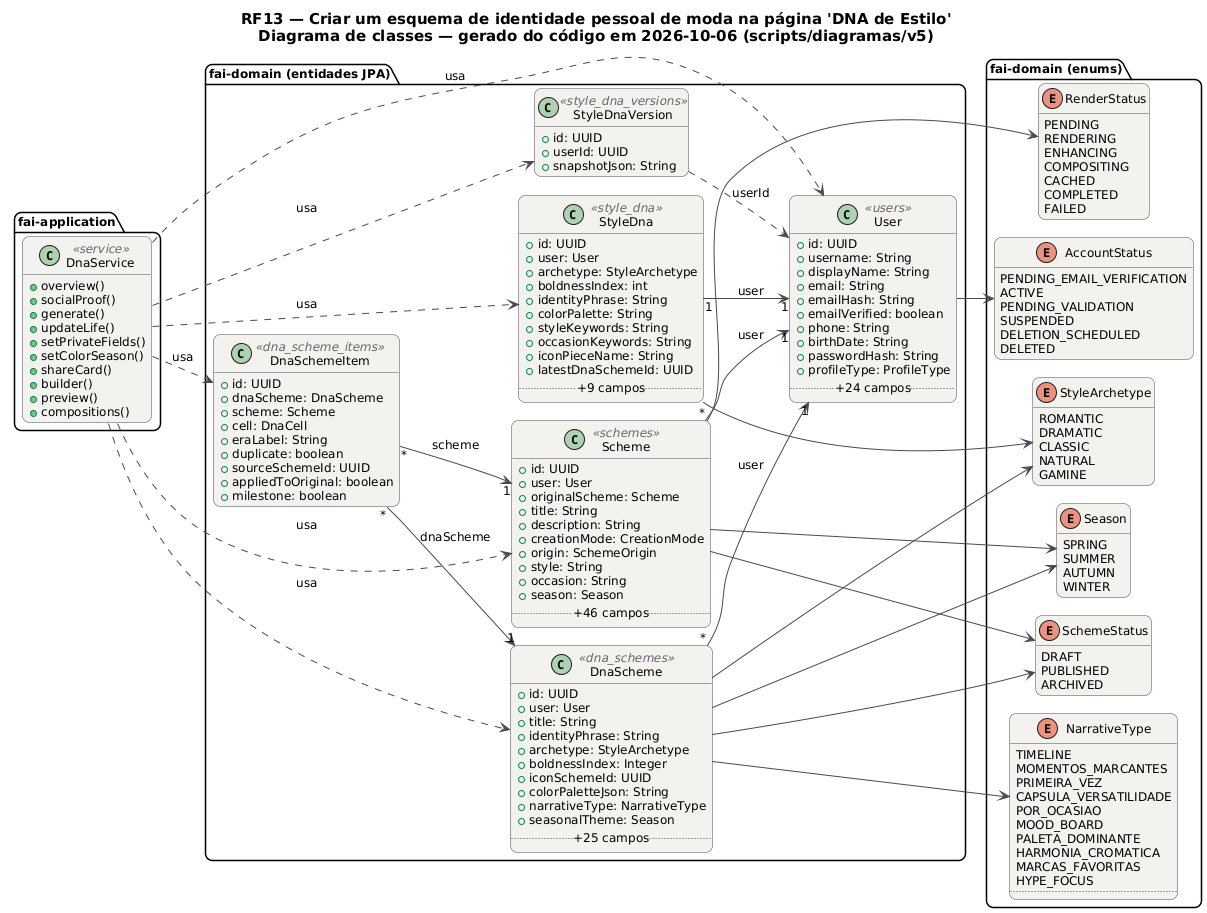
This is docs/diagramas/RF13/RF13_Classes.png from MatheusHaliski/tcc-2026-fashion-ai-backend, a PlantUML export, as it was before one commit.
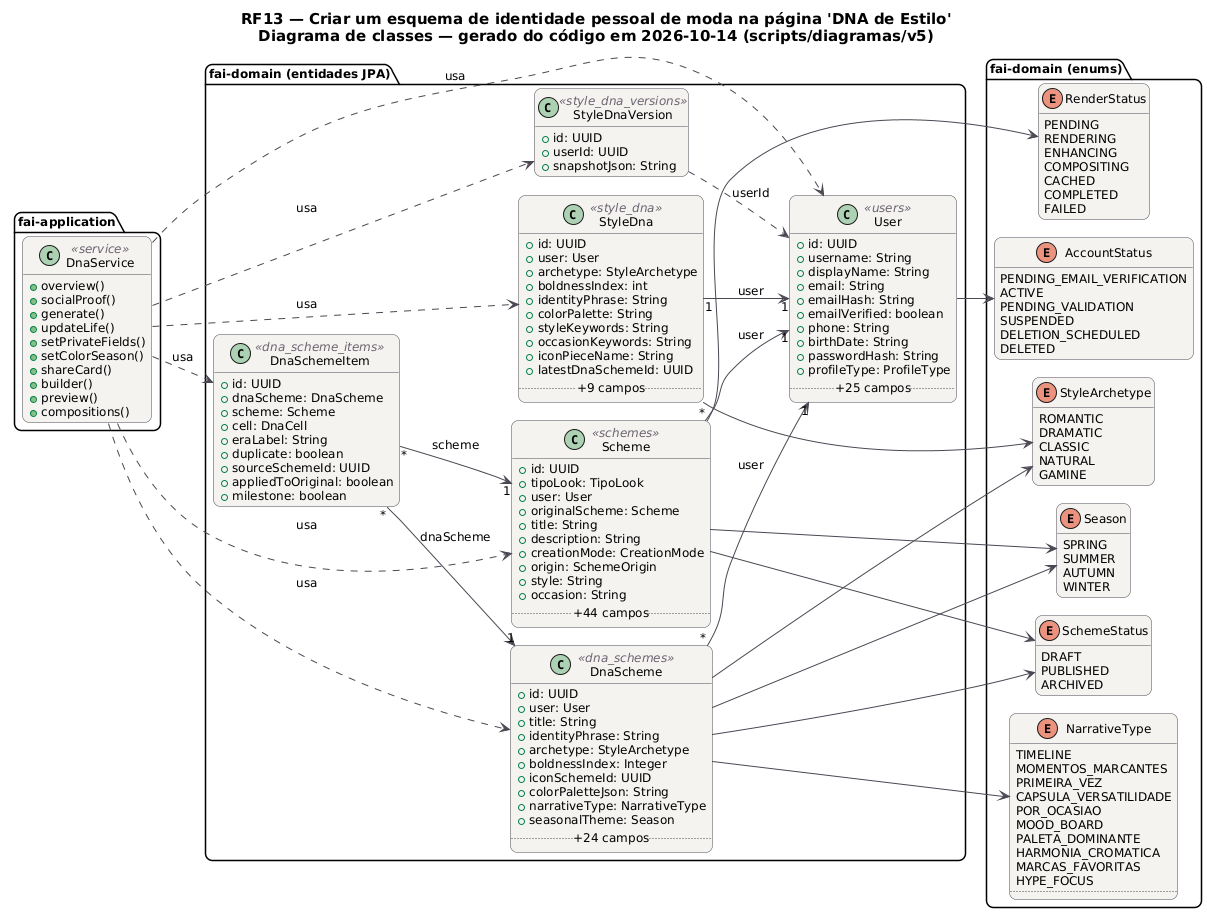
After the change.

Change to the diagram source:
```diff
@@ -20,7 +20,7 @@
 }
 hide empty members
 left to right direction
-title RF13 — Criar um esquema de identidade pessoal de moda na página 'DNA de Estilo'\nDiagrama de classes — gerado do código em 2026-10-06 (scripts/diagramas/v5)
+title RF13 — Criar um esquema de identidade pessoal de moda na página 'DNA de Estilo'\nDiagrama de classes — gerado do código em 2026-10-14 (scripts/diagramas/v5)
 
 package "fai-domain (entidades JPA)" {
   class DnaScheme <<dna_schemes>> {
@@ -34,7 +34,7 @@
     +colorPaletteJson: String
     +narrativeType: NarrativeType
     +seasonalTheme: Season
-    .. +25 campos ..
+    .. +24 campos ..
   }
   class DnaSchemeItem <<dna_scheme_items>> {
     +id: UUID
@@ -49,6 +49,7 @@
   }
   class Scheme <<schemes>> {
     +id: UUID
+    +tipoLook: TipoLook
     +user: User
     +originalScheme: Scheme
     +title: String
@@ -57,8 +58,7 @@
     +origin: SchemeOrigin
     +style: String
     +occasion: String
-    +season: Season
-    .. +46 campos ..
+    .. +44 campos ..
   }
   class StyleDna <<style_dna>> {
     +id: UUID
@@ -89,7 +89,7 @@
     +birthDate: String
     +passwordHash: String
     +profileType: ProfileType
-    .. +24 campos ..
+    .. +25 campos ..
   }
 }
 package "fai-domain (enums)" {
```
